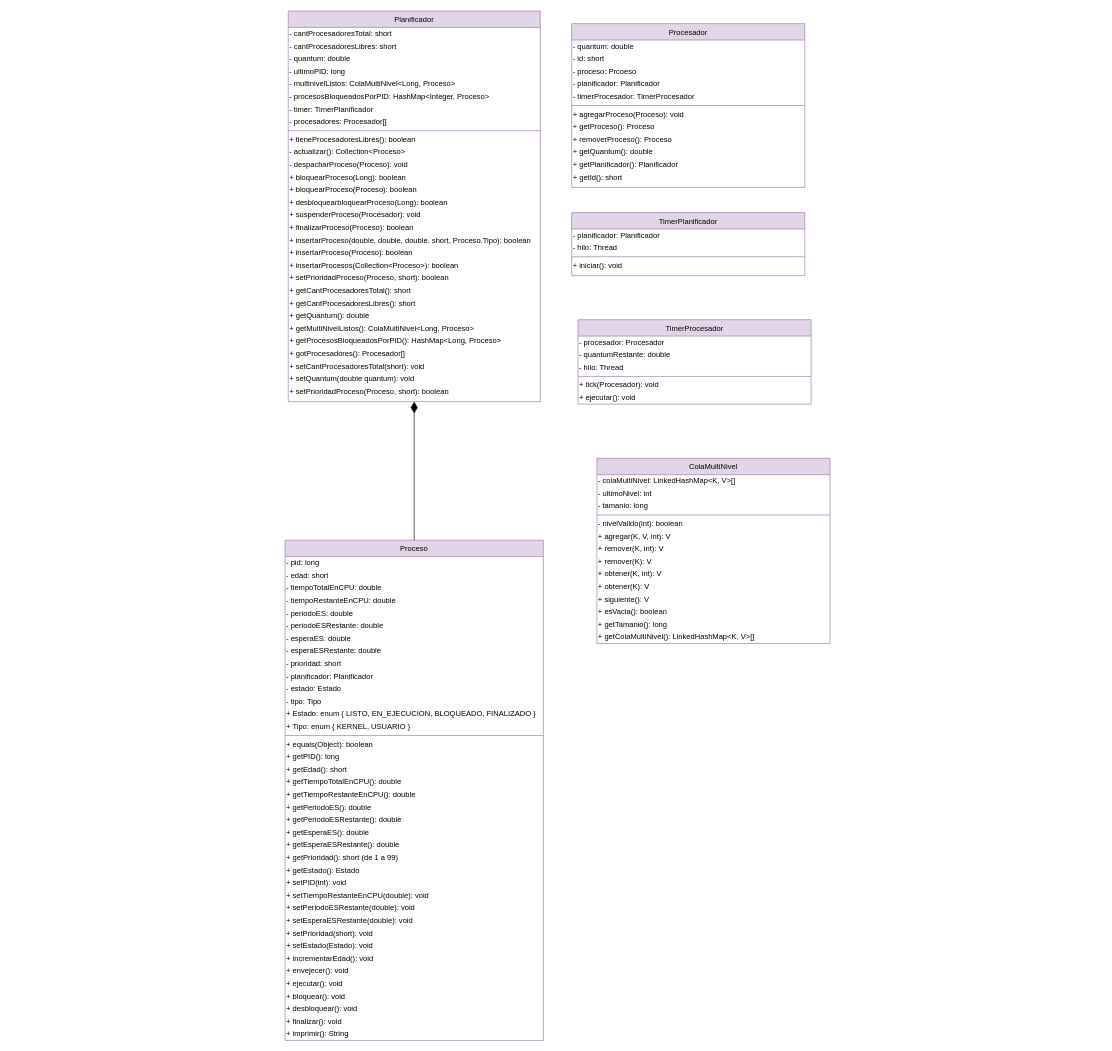
WalterTano/SO14 keeps this draw.io diagram as Documentacion/Diagrama de clase.drawio. Above is the earlier version. Source tidied: cells renumbered, new cells numbered last; positions are measured from the earlier drawing's top-left corner, leaving out a move shared by most shapes. Both pictures are drawn from the tidied source at 63%, with x=0, y=0 at pixel (285, 11).
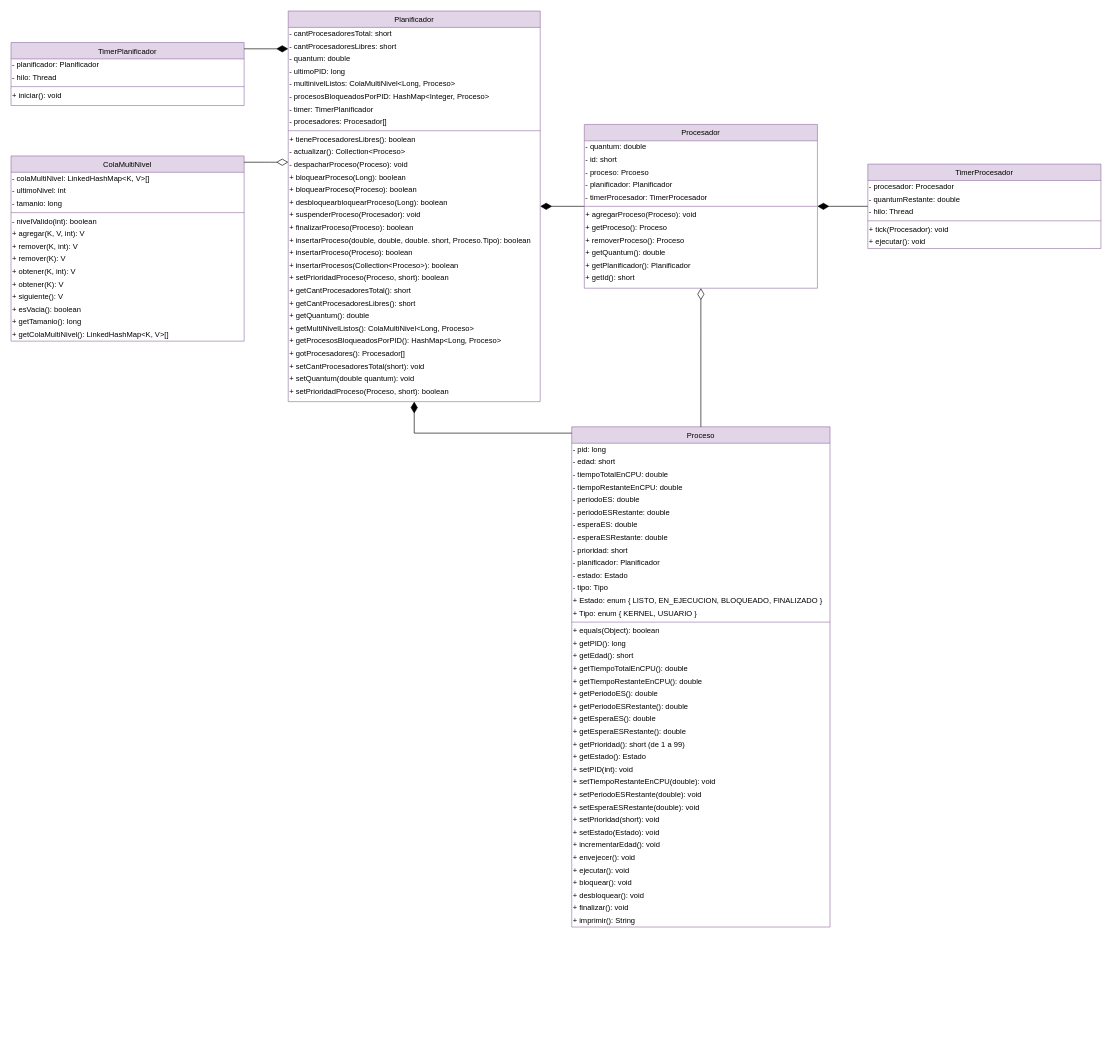
The same diagram, later.

Commit message (it also covers changes not shown here):
Acomodé diagrama de clase

Unchanged cells that the change refers to:
```xml
<mxCell id="2" value="Planificador" style="swimlane;fontStyle=0;align=center;verticalAlign=top;horizontal=1;startSize=26;rounded=0;shadow=0;strokeWidth=1;fillColor=#e1d5e7;strokeColor=#9673a6;" parent="1" vertex="1">
  <mxGeometry x="5" width="400" height="620" as="geometry" />
</mxCell>
```

Diff of the diagram source:
```diff
@@
     <mxCell id="33" value="Proceso" style="swimlane;fontStyle=0;align=center;verticalAlign=top;horizontal=1;startSize=26;rounded=0;shadow=0;strokeWidth=1;fillColor=#e1d5e7;strokeColor=#9673a6;" parent="1" vertex="1">
-      <mxGeometry y="840" width="410" height="794" as="geometry" />
+      <mxGeometry x="455" y="660" width="410" height="794" as="geometry" />
     </mxCell>
@@
-    <mxCell id="73" style="endArrow=diamondThin;html=1;rounded=0;endFill=1;startArrow=none;startFill=0;strokeWidth=1;endSize=16;" parent="1" edge="1" source="33" target="2">
+    <mxCell id="73" style="endArrow=diamondThin;html=1;rounded=0;endFill=1;startArrow=none;startFill=0;strokeWidth=1;endSize=16;" parent="1" edge="1" source="74" target="2">
       <mxGeometry relative="1" as="geometry" />
     </mxCell>
     <mxCell id="74" value="Procesador" style="swimlane;fontStyle=0;align=center;verticalAlign=top;horizontal=1;startSize=26;rounded=0;shadow=0;strokeWidth=1;fillColor=#e1d5e7;strokeColor=#9673a6;" parent="1" vertex="1">
-      <mxGeometry x="455" y="20" width="370" height="260" as="geometry" />
+      <mxGeometry x="475" y="180" width="370" height="260" as="geometry" />
     </mxCell>
@@
     <mxCell id="87" value="TimerPlanificador" style="swimlane;fontStyle=0;align=center;verticalAlign=top;horizontal=1;startSize=26;rounded=0;shadow=0;strokeWidth=1;fillColor=#e1d5e7;strokeColor=#9673a6;" parent="1" vertex="1">
-      <mxGeometry x="455" y="320" width="370" height="100" as="geometry" />
+      <mxGeometry x="-435" y="50" width="370" height="100" as="geometry" />
     </mxCell>
@@
     <mxCell id="92" value="TimerProcesador" style="swimlane;fontStyle=0;align=center;verticalAlign=top;horizontal=1;startSize=26;rounded=0;shadow=0;strokeWidth=1;fillColor=#e1d5e7;strokeColor=#9673a6;" parent="1" vertex="1">
-      <mxGeometry x="465" y="490" width="370" height="134" as="geometry" />
+      <mxGeometry x="925" y="243" width="370" height="134" as="geometry" />
     </mxCell>
@@
     <mxCell id="99" value="ColaMultiNivel" style="swimlane;fontStyle=0;align=center;verticalAlign=top;horizontal=1;startSize=26;rounded=0;shadow=0;strokeWidth=1;fillColor=#e1d5e7;strokeColor=#9673a6;" parent="1" vertex="1">
-      <mxGeometry x="495" y="710" width="370" height="294" as="geometry" />
+      <mxGeometry x="-435" y="230" width="370" height="294" as="geometry" />
     </mxCell>
@@
+    <mxCell id="114" style="endArrow=diamondThin;html=1;rounded=0;endFill=1;startArrow=none;startFill=0;strokeWidth=1;endSize=16;" parent="1" edge="1" source="92" target="74">
+      <mxGeometry relative="1" as="geometry" />
+    </mxCell>
+    <mxCell id="115" style="endArrow=none;html=1;rounded=0;endFill=0;startArrow=diamondThin;startFill=1;strokeWidth=1;endSize=6;edgeStyle=orthogonalEdgeStyle;startSize=16;" parent="1" edge="1" source="2" target="87">
+      <mxGeometry relative="1" as="geometry">
+        <Array as="points">
+          <mxPoint x="-35" y="60" />
+          <mxPoint x="-35" y="60" />
+        </Array>
+      </mxGeometry>
+    </mxCell>
+    <mxCell id="116" style="endArrow=none;html=1;rounded=0;endFill=0;startArrow=diamondThin;startFill=0;strokeWidth=1;endSize=6;edgeStyle=orthogonalEdgeStyle;startSize=16;" parent="1" edge="1" source="2" target="99">
+      <mxGeometry relative="1" as="geometry">
+        <Array as="points">
+          <mxPoint x="-25" y="240" />
+          <mxPoint x="-25" y="240" />
+        </Array>
+      </mxGeometry>
+    </mxCell>
+    <mxCell id="117" style="endArrow=diamondThin;html=1;rounded=0;endFill=1;startArrow=none;startFill=0;strokeWidth=1;endSize=16;edgeStyle=orthogonalEdgeStyle;" parent="1" edge="1" source="33" target="2">
+      <mxGeometry relative="1" as="geometry">
+        <Array as="points">
+          <mxPoint x="205" y="670" />
+        </Array>
+      </mxGeometry>
+    </mxCell>
+    <mxCell id="118" style="endArrow=diamondThin;html=1;rounded=0;endFill=0;startArrow=none;startFill=0;strokeWidth=1;endSize=16;edgeStyle=orthogonalEdgeStyle;" parent="1" edge="1" source="33" target="74">
+      <mxGeometry relative="1" as="geometry">
+        <Array as="points">
+          <mxPoint x="660" y="510" />
+          <mxPoint x="660" y="510" />
+        </Array>
+      </mxGeometry>
+    </mxCell>
```
